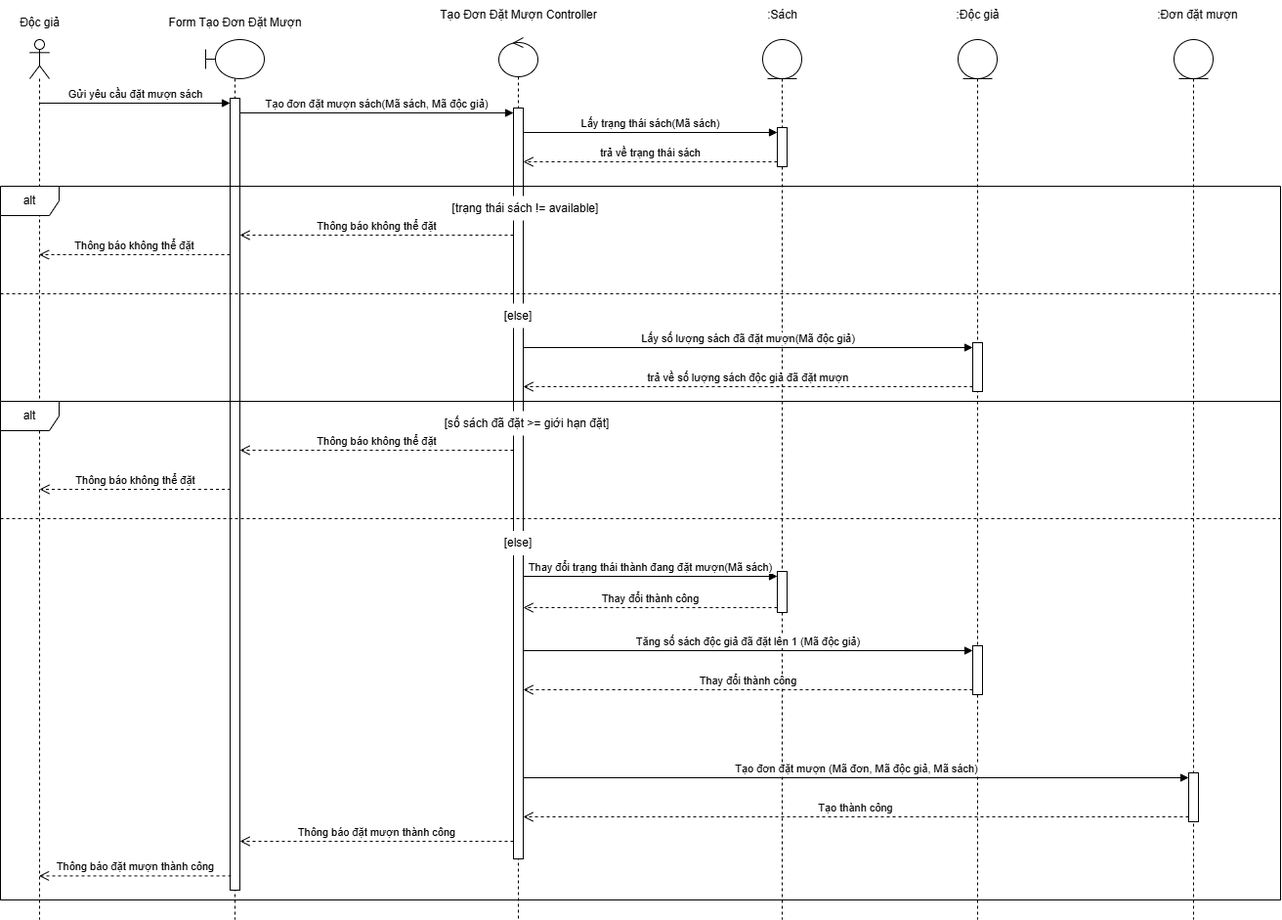
Before: Sequence Diagram/UC Đặt mượn sách/Actor Độc giả - Đặt mượn sách.png, a diagram exported from draw.io (kimcuongdev/LibrarySystemAD). Source tidied: cells renumbered, new cells last; positions are measured from the earlier drawing's top-left corner, leaving out a move shared by most shapes.
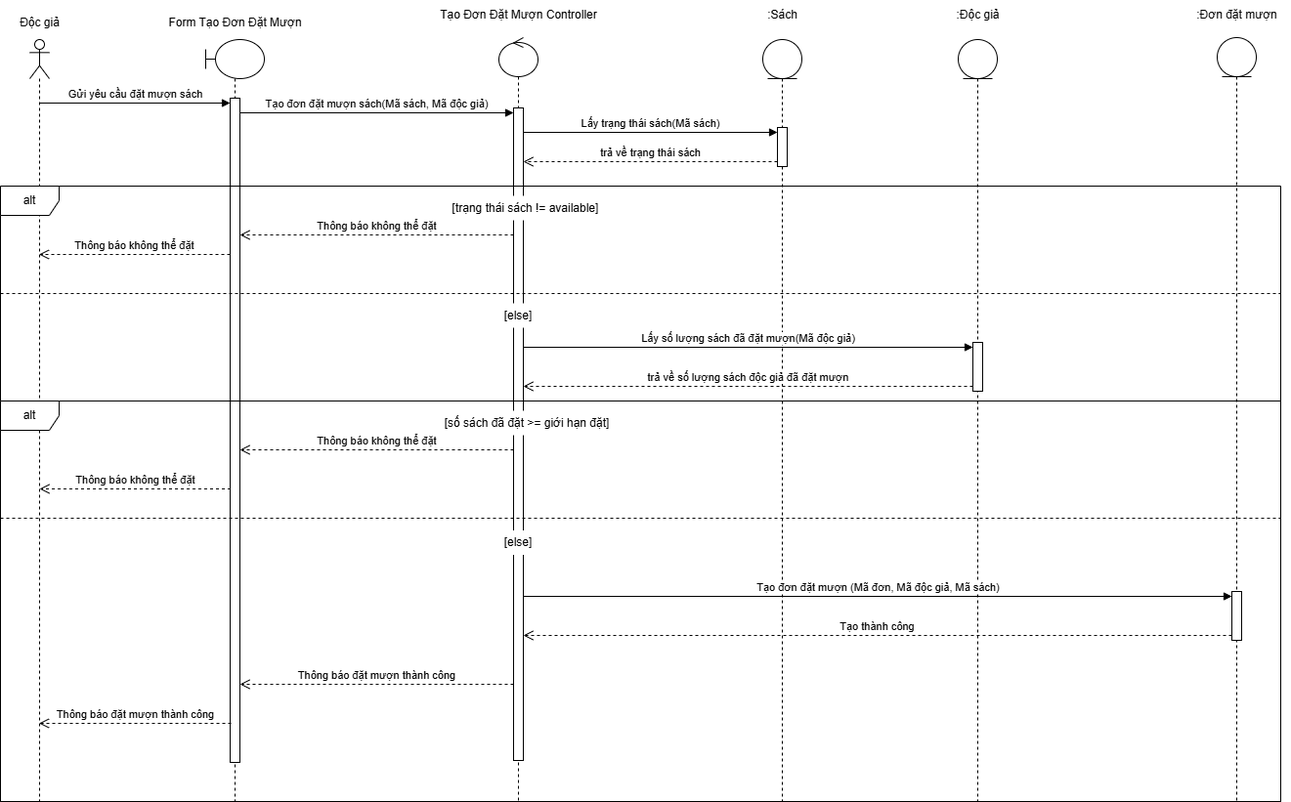
After the commit.

Change to the diagram source:
```diff
@@ -3,19 +3,19 @@
     <mxCell id="0" />
     <mxCell id="1" parent="0" />
     <mxCell id="2" style="shape=umlLifeline;perimeter=lifelinePerimeter;whiteSpace=wrap;html=1;outlineConnect=0;portConstraint=eastwest;newEdgeStyle={&quot;curved&quot;:0,&quot;rounded&quot;:0};participant=umlActor;" parent="1" vertex="1">
-      <mxGeometry x="30" y="40" width="20" height="900" as="geometry" />
+      <mxGeometry x="30" y="40" width="20" height="780" as="geometry" />
     </mxCell>
     <mxCell id="3" style="shape=umlLifeline;perimeter=lifelinePerimeter;whiteSpace=wrap;html=1;newEdgeStyle={&quot;curved&quot;:0,&quot;rounded&quot;:0};participant=umlBoundary;size=40;" parent="1" vertex="1">
-      <mxGeometry x="210" y="40" width="60" height="900" as="geometry" />
+      <mxGeometry x="210" y="40" width="60" height="780" as="geometry" />
     </mxCell>
     <mxCell id="4" style="html=1;points=[[0,0,0,0,5],[0,1,0,0,-5],[1,0,0,0,5],[1,1,0,0,-5]];perimeter=orthogonalPerimeter;outlineConnect=0;targetShapes=umlLifeline;portConstraint=eastwest;newEdgeStyle={&quot;curved&quot;:0,&quot;rounded&quot;:0};" parent="3" vertex="1">
-      <mxGeometry x="25" y="60" width="10" height="810" as="geometry" />
+      <mxGeometry x="25" y="60" width="10" height="680" as="geometry" />
     </mxCell>
     <mxCell id="5" style="shape=umlLifeline;perimeter=lifelinePerimeter;whiteSpace=wrap;html=1;newEdgeStyle={&quot;curved&quot;:0,&quot;rounded&quot;:0};participant=umlControl;" parent="1" vertex="1">
-      <mxGeometry x="510" y="38" width="40" height="902" as="geometry" />
+      <mxGeometry x="510" y="38" width="40" height="782" as="geometry" />
     </mxCell>
     <mxCell id="6" style="html=1;points=[[0,0,0,0,5],[0,1,0,0,-5],[1,0,0,0,5],[1,1,0,0,-5]];perimeter=orthogonalPerimeter;outlineConnect=0;targetShapes=umlLifeline;portConstraint=eastwest;newEdgeStyle={&quot;curved&quot;:0,&quot;rounded&quot;:0};" parent="5" vertex="1">
-      <mxGeometry x="15" y="72" width="10" height="768" as="geometry" />
+      <mxGeometry x="15" y="72" width="10" height="668" as="geometry" />
     </mxCell>
     <mxCell id="7" value="Gửi yêu cầu đặt mượn sách" style="html=1;verticalAlign=bottom;endArrow=block;curved=0;rounded=0;entryX=0;entryY=0;entryDx=0;entryDy=5;" parent="1" edge="1" source="2" target="4">
       <mxGeometry relative="1" as="geometry" />
@@ -30,14 +30,11 @@
       <mxGeometry relative="1" as="geometry" />
     </mxCell>
     <mxCell id="10" style="shape=umlLifeline;perimeter=lifelinePerimeter;whiteSpace=wrap;html=1;newEdgeStyle={&quot;curved&quot;:0,&quot;rounded&quot;:0};participant=umlEntity;" parent="1" vertex="1">
-      <mxGeometry x="780" y="40" width="40" height="900" as="geometry" />
+      <mxGeometry x="780" y="40" width="40" height="780" as="geometry" />
     </mxCell>
     <mxCell id="11" style="html=1;points=[[0,0,0,0,5],[0,1,0,0,-5],[1,0,0,0,5],[1,1,0,0,-5]];perimeter=orthogonalPerimeter;outlineConnect=0;targetShapes=umlLifeline;portConstraint=eastwest;newEdgeStyle={&quot;curved&quot;:0,&quot;rounded&quot;:0};" parent="10" vertex="1">
       <mxGeometry x="15" y="90" width="10" height="40" as="geometry" />
     </mxCell>
-    <mxCell id="12" style="html=1;points=[[0,0,0,0,5],[0,1,0,0,-5],[1,0,0,0,5],[1,1,0,0,-5]];perimeter=orthogonalPerimeter;outlineConnect=0;targetShapes=umlLifeline;portConstraint=eastwest;newEdgeStyle={&quot;curved&quot;:0,&quot;rounded&quot;:0};" parent="10" vertex="1">
-      <mxGeometry x="15" y="544" width="10" height="42" as="geometry" />
-    </mxCell>
     <mxCell id="13" value="Lấy trạng thái sách(Mã sách)" style="html=1;verticalAlign=bottom;endArrow=block;curved=0;rounded=0;entryX=0;entryY=0;entryDx=0;entryDy=5;" parent="1" edge="1" source="6" target="11">
       <mxGeometry relative="1" as="geometry" />
     </mxCell>
@@ -54,14 +51,11 @@
       <mxGeometry x="460" y="200" width="155" height="25" as="geometry" />
     </mxCell>
     <mxCell id="17" style="shape=umlLifeline;perimeter=lifelinePerimeter;whiteSpace=wrap;html=1;newEdgeStyle={&quot;curved&quot;:0,&quot;rounded&quot;:0};participant=umlEntity;" parent="1" vertex="1">
-      <mxGeometry x="980" y="40" width="40" height="900" as="geometry" />
+      <mxGeometry x="980" y="40" width="40" height="780" as="geometry" />
     </mxCell>
     <mxCell id="18" style="html=1;points=[[0,0,0,0,5],[0,1,0,0,-5],[1,0,0,0,5],[1,1,0,0,-5]];perimeter=orthogonalPerimeter;outlineConnect=0;targetShapes=umlLifeline;portConstraint=eastwest;newEdgeStyle={&quot;curved&quot;:0,&quot;rounded&quot;:0};" parent="17" vertex="1">
       <mxGeometry x="15" y="310" width="10" height="50" as="geometry" />
     </mxCell>
-    <mxCell id="19" style="html=1;points=[[0,0,0,0,5],[0,1,0,0,-5],[1,0,0,0,5],[1,1,0,0,-5]];perimeter=orthogonalPerimeter;outlineConnect=0;targetShapes=umlLifeline;portConstraint=eastwest;newEdgeStyle={&quot;curved&quot;:0,&quot;rounded&quot;:0};" parent="17" vertex="1">
-      <mxGeometry x="15" y="620" width="10" height="50" as="geometry" />
-    </mxCell>
     <mxCell id="20" value="Lấy số lượng sách đã đặt mượn(Mã độc giả)" style="html=1;verticalAlign=bottom;endArrow=block;curved=0;rounded=0;entryX=0;entryY=0;entryDx=0;entryDy=5;" parent="1" edge="1" source="6" target="18">
       <mxGeometry relative="1" as="geometry" />
     </mxCell>
@@ -78,23 +72,11 @@
       <mxGeometry x="450" y="420" width="177.5" height="25" as="geometry" />
     </mxCell>
     <mxCell id="24" style="shape=umlLifeline;perimeter=lifelinePerimeter;whiteSpace=wrap;html=1;newEdgeStyle={&quot;curved&quot;:0,&quot;rounded&quot;:0};participant=umlEntity;" parent="1" vertex="1">
-      <mxGeometry x="1201" y="40" width="40" height="900" as="geometry" />
+      <mxGeometry x="1245" y="38" width="40" height="782" as="geometry" />
     </mxCell>
     <mxCell id="25" style="html=1;points=[[0,0,0,0,5],[0,1,0,0,-5],[1,0,0,0,5],[1,1,0,0,-5]];perimeter=orthogonalPerimeter;outlineConnect=0;targetShapes=umlLifeline;portConstraint=eastwest;newEdgeStyle={&quot;curved&quot;:0,&quot;rounded&quot;:0};" parent="24" vertex="1">
-      <mxGeometry x="15" y="750" width="10" height="50" as="geometry" />
+      <mxGeometry x="15" y="567" width="10" height="50" as="geometry" />
     </mxCell>
-    <mxCell id="26" value="Thay đổi trạng thái thành đang đặt mượn(Mã sách)" style="html=1;verticalAlign=bottom;endArrow=block;curved=0;rounded=0;entryX=0;entryY=0;entryDx=0;entryDy=5;" parent="1" edge="1" source="6" target="12">
-      <mxGeometry relative="1" as="geometry" />
-    </mxCell>
-    <mxCell id="27" value="Thay đổi thành công" style="html=1;verticalAlign=bottom;endArrow=open;dashed=1;endSize=8;curved=0;rounded=0;exitX=0;exitY=1;exitDx=0;exitDy=-5;" parent="1" edge="1" source="12" target="6">
-      <mxGeometry relative="1" as="geometry" />
-    </mxCell>
-    <mxCell id="28" value="Tăng số sách độc giả đã đặt lên 1 (Mã độc giả)" style="html=1;verticalAlign=bottom;endArrow=block;curved=0;rounded=0;entryX=0;entryY=0;entryDx=0;entryDy=5;" parent="1" edge="1" source="6" target="19">
-      <mxGeometry relative="1" as="geometry" />
-    </mxCell>
-    <mxCell id="29" value="Thay đổi thành công" style="html=1;verticalAlign=bottom;endArrow=open;dashed=1;endSize=8;curved=0;rounded=0;exitX=0;exitY=1;exitDx=0;exitDy=-5;" parent="1" edge="1" source="19" target="6">
-      <mxGeometry relative="1" as="geometry" />
-    </mxCell>
     <mxCell id="30" value="Tạo đơn đặt mượn (Mã đơn, Mã độc giả, Mã sách)" style="html=1;verticalAlign=bottom;endArrow=block;curved=0;rounded=0;entryX=0;entryY=0;entryDx=0;entryDy=5;" parent="1" edge="1" source="6" target="25">
       <mxGeometry relative="1" as="geometry" />
     </mxCell>
@@ -103,12 +85,15 @@
     </mxCell>
     <mxCell id="32" value="Thông báo đặt mượn thành công" style="html=1;verticalAlign=bottom;endArrow=open;dashed=1;endSize=8;curved=0;rounded=0;" parent="1" edge="1">
       <mxGeometry relative="1" as="geometry">
-        <mxPoint x="525" y="860" as="sourcePoint" />
-        <mxPoint x="245" y="860" as="targetPoint" />
+        <mxPoint x="525" y="700" as="sourcePoint" />
+        <mxPoint x="245" y="700" as="targetPoint" />
       </mxGeometry>
     </mxCell>
-    <mxCell id="33" value="Thông báo đặt mượn thành công" style="html=1;verticalAlign=bottom;endArrow=open;dashed=1;endSize=8;curved=0;rounded=0;exitX=0.1;exitY=0.982;exitDx=0;exitDy=0;exitPerimeter=0;" parent="1" edge="1" source="4" target="2">
-      <mxGeometry relative="1" as="geometry" />
+    <mxCell id="33" value="Thông báo đặt mượn thành công" style="html=1;verticalAlign=bottom;endArrow=open;dashed=1;endSize=8;curved=0;rounded=0;exitX=0.1;exitY=0.982;exitDx=0;exitDy=0;exitPerimeter=0;" parent="1" edge="1">
+      <mxGeometry relative="1" as="geometry">
+        <mxPoint x="236" y="740" as="sourcePoint" />
+        <mxPoint x="39.5" y="740" as="targetPoint" />
+      </mxGeometry>
     </mxCell>
     <mxCell id="34" value="Thông báo không thể đặt" style="html=1;verticalAlign=bottom;endArrow=open;dashed=1;endSize=8;curved=0;rounded=0;exitX=0;exitY=1;exitDx=0;exitDy=-5;" parent="1" edge="1">
       <mxGeometry relative="1" as="geometry">
@@ -117,7 +102,7 @@
       </mxGeometry>
     </mxCell>
     <mxCell id="35" value="alt" style="shape=umlFrame;whiteSpace=wrap;html=1;" parent="1" vertex="1">
-      <mxGeometry y="190" width="1310" height="730" as="geometry" />
+      <mxGeometry y="190" width="1310" height="630" as="geometry" />
     </mxCell>
     <mxCell id="36" style="endArrow=none;dashed=1;html=1;rounded=0;" parent="1" edge="1">
       <mxGeometry relative="1" as="geometry">
@@ -129,7 +114,7 @@
       <mxGeometry x="505" y="310" width="50" height="25" as="geometry" />
     </mxCell>
     <mxCell id="38" value="alt" style="shape=umlFrame;whiteSpace=wrap;html=1;" parent="1" vertex="1">
-      <mxGeometry y="410" width="1310" height="510" as="geometry" />
+      <mxGeometry y="410" width="1310" height="410" as="geometry" />
     </mxCell>
     <mxCell id="39" value="[else]" style="text;html=1;align=center;verticalAlign=middle;whiteSpace=wrap;rounded=0;fillColor=default;" parent="1" vertex="1">
       <mxGeometry x="505" y="542.5" width="50" height="25" as="geometry" />
@@ -156,7 +141,7 @@
       <mxGeometry x="965" width="70" height="30" as="geometry" />
     </mxCell>
     <mxCell id="46" value=":Đơn đặt mượn" style="text;html=1;align=center;verticalAlign=middle;strokeColor=none;fillColor=default;" parent="1" vertex="1">
-      <mxGeometry x="1170" width="110" height="30" as="geometry" />
+      <mxGeometry x="1210" width="110" height="30" as="geometry" />
     </mxCell>
   </root>
 </mxGraphModel>
```
